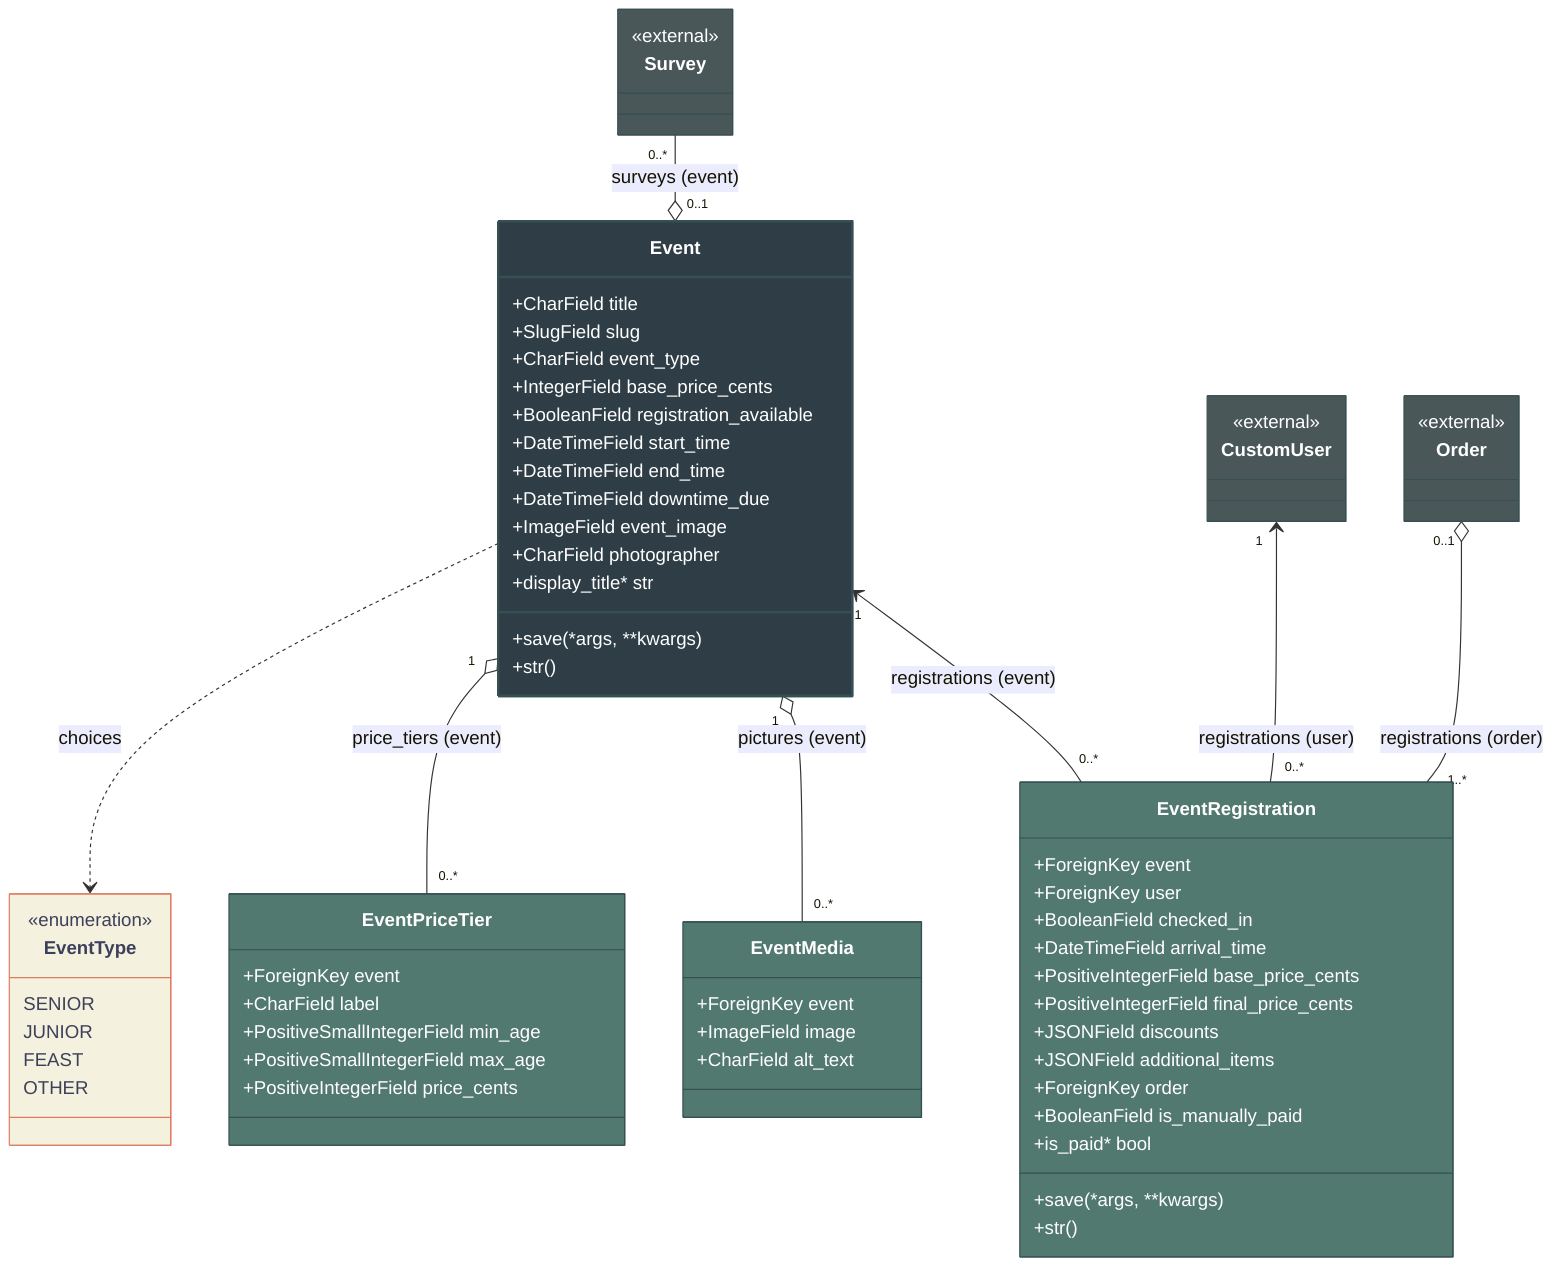
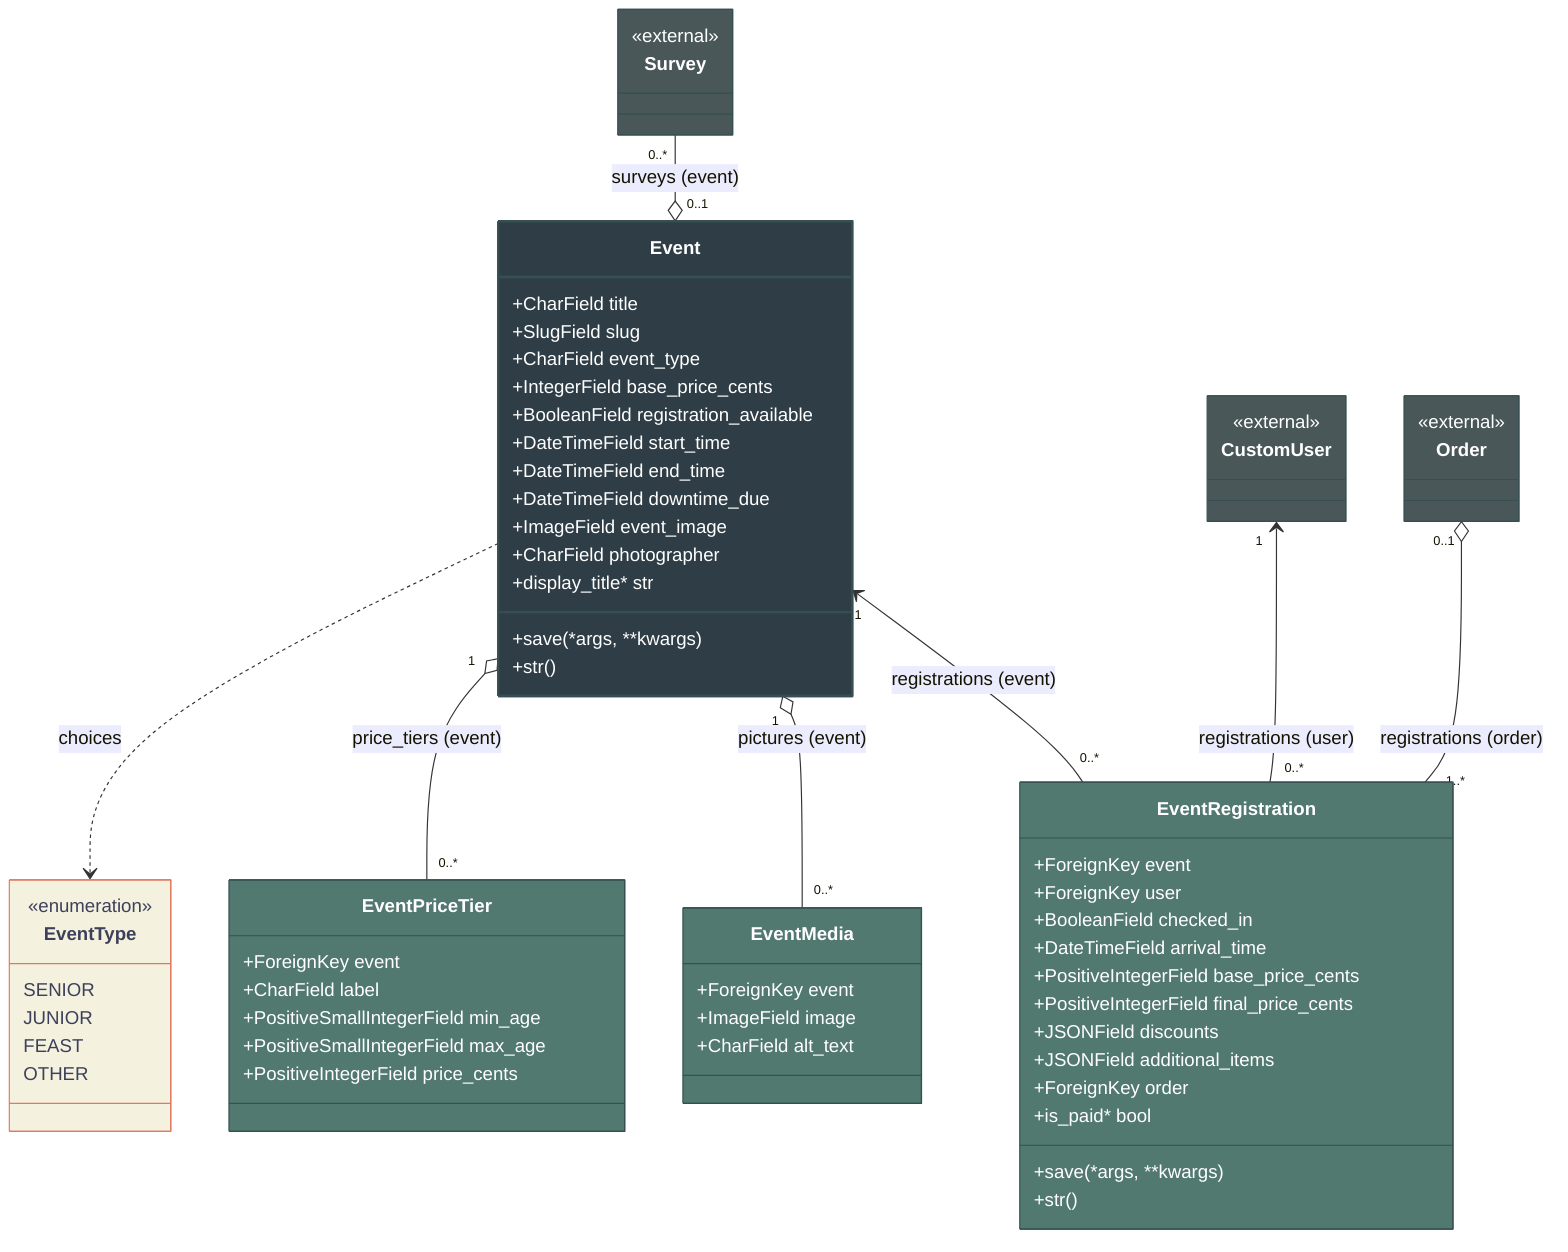
classDiagram
    direction TB

    %% Enums
    class EventType {
        <<enumeration>>
        SENIOR
        JUNIOR
        FEAST
        OTHER
    }

    %% Main App Models
    class Event {
        +CharField title
        +SlugField slug
        +CharField event_type
        +IntegerField base_price_cents
        +BooleanField registration_available
        +DateTimeField start_time
        +DateTimeField end_time
        +DateTimeField downtime_due
        +ImageField event_image
        +CharField photographer
        +display_title* str
        +save(*args, **kwargs)
        +str()
    }

    class EventPriceTier {
        +ForeignKey event
        +CharField label
        +PositiveSmallIntegerField min_age
        +PositiveSmallIntegerField max_age
        +PositiveIntegerField price_cents
    }

    class EventRegistration {
        +ForeignKey event
        +ForeignKey user
        +BooleanField checked_in
        +DateTimeField arrival_time
        +PositiveIntegerField base_price_cents
        +PositiveIntegerField final_price_cents
        +JSONField discounts
        +JSONField additional_items
        +ForeignKey order
-         +BooleanField is_manually_paid
        +is_paid* bool
        +save(*args, **kwargs)
        +str()
    }

    class EventMedia {
        +ForeignKey event
        +ImageField image
        +CharField alt_text
    }

    %% External Cross-App References
    class CustomUser {
        <<external>>
    }
    class Order {
        <<external>>
    }
    class Survey {
        <<external>>
    }

    %% Establishing Data Relationships
    Event ..> EventType : choices

    %% Core Event Components
    Event "1" o-- "0..*" EventPriceTier : price_tiers (event)
    Event "1" o-- "0..*" EventMedia : pictures (event)
    Event "1" <-- "0..*" EventRegistration : registrations (event)

    %% Cross-app Hooks
    CustomUser "1" <-- "0..*" EventRegistration : registrations (user)
    Order "0..1" o-- "1..*" EventRegistration : registrations (order)
    Survey "0..*" --o "0..1" Event : surveys (event)

    %% STYLING: Nordic Minimalist
    style Event fill:#2f3e46,stroke:#354f52,stroke-width:2px,color:#fff
    style EventPriceTier fill:#52796f,stroke:#354f52,stroke-width:1px,color:#fff
    style EventRegistration fill:#52796f,stroke:#354f52,stroke-width:1px,color:#fff
    style EventMedia fill:#52796f,stroke:#354f52,stroke-width:1px,color:#fff

    style EventType fill:#f4f1de,stroke:#e07a5f,stroke-width:1px,color:#3d405b

    %% External App Blocks (Light Charcoal / Gray Border)
    style CustomUser fill:#4a5759,stroke:#354f52,stroke-width:1px,color:#fff
    style Order fill:#4a5759,stroke:#354f52,stroke-width:1px,color:#fff
    style Survey fill:#4a5759,stroke:#354f52,stroke-width:1px,color:#fff